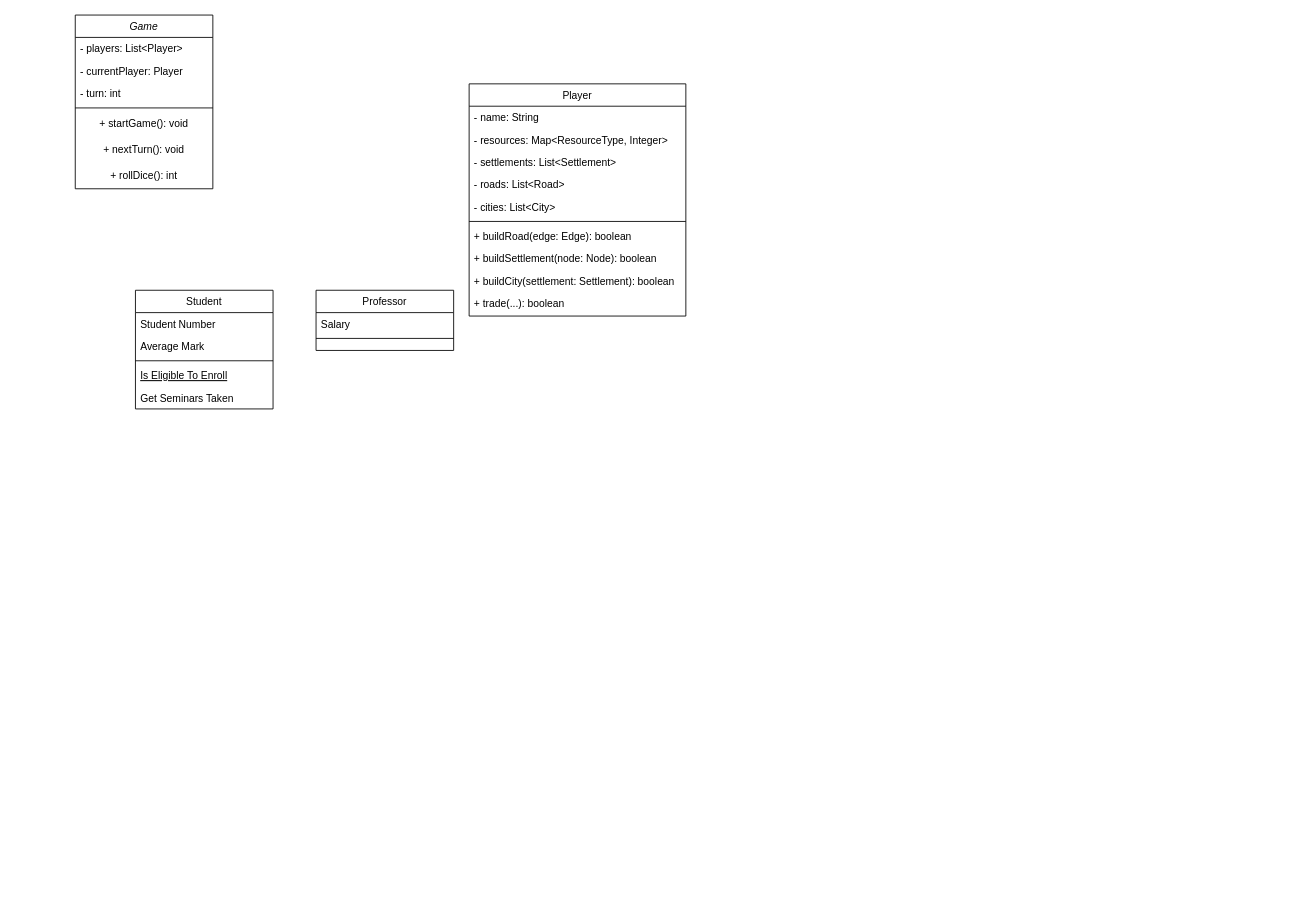
This is Cantan_Class_Diagramm.drawio from Eclipse-de/Java_project, a draw.io file, before an edit. Source tidied: cells renumbered, new cells numbered last; positions are measured from the earlier drawing's top-left corner, leaving out a move shared by most shapes. Both pictures are drawn from the tidied source at 86%, with x=0, y=0 at pixel (75, 15).
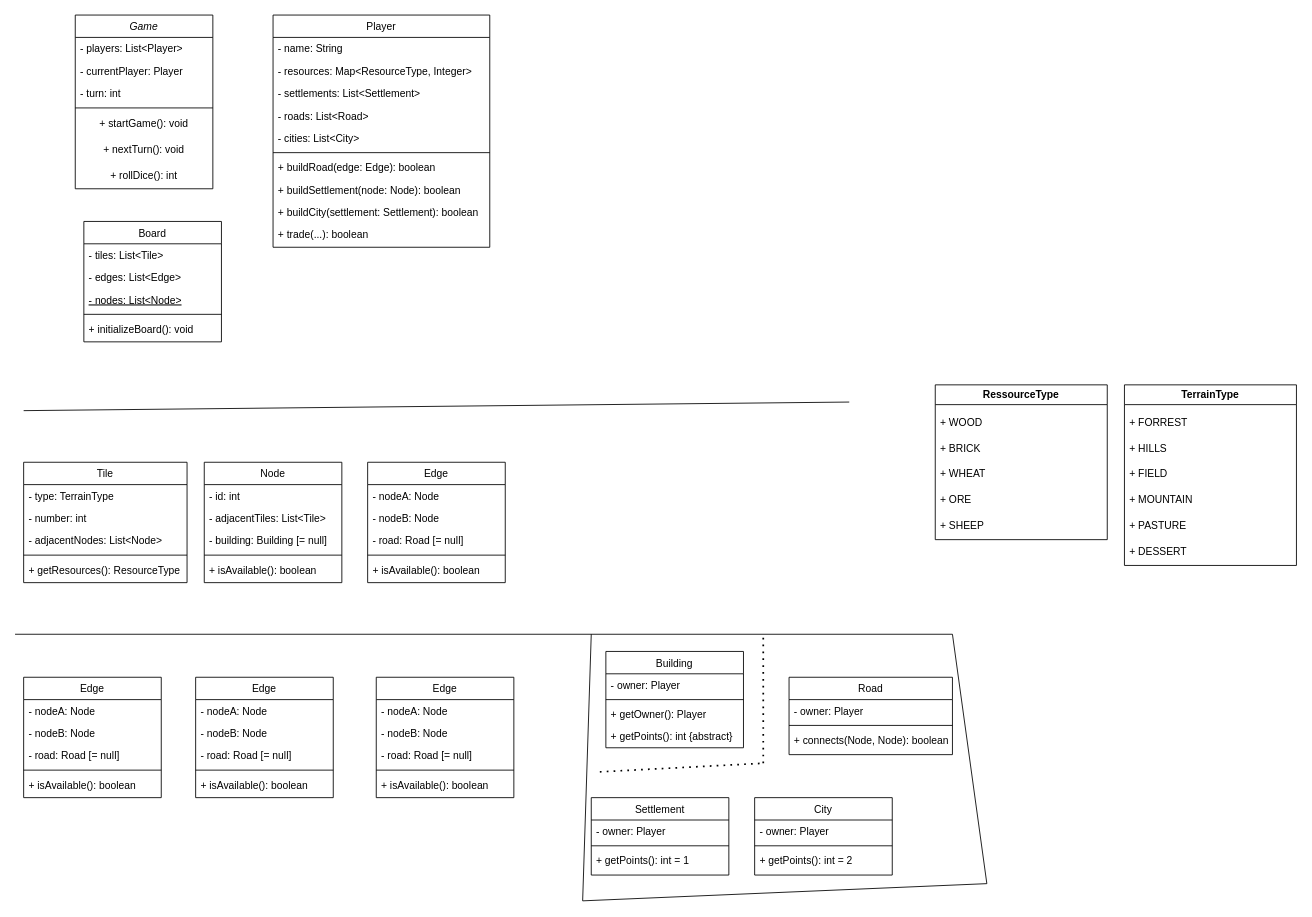
Above is the later version.

The edit, as a diff of the source:
```diff
@@
-    <mxCell id="10" value="Student" style="swimlane;fontStyle=0;align=center;verticalAlign=top;horizontal=1;startSize=26;rounded=0;shadow=0;strokeWidth=1;" parent="1" vertex="1">
-      <mxGeometry x="70" y="320" width="160" height="138" as="geometry" />
+    <mxCell id="10" value="Board" style="swimlane;fontStyle=0;align=center;verticalAlign=top;horizontal=1;startSize=26;rounded=0;shadow=0;strokeWidth=1;" parent="1" vertex="1">
+      <mxGeometry x="10" y="240" width="160" height="140" as="geometry" />
     </mxCell>
-    <mxCell id="11" value="Student Number" style="text;align=left;verticalAlign=top;spacingLeft=4;spacingRight=4;overflow=hidden;" parent="10" vertex="1">
+    <mxCell id="11" value="- tiles: List&lt;Tile&gt;" style="text;align=left;verticalAlign=top;spacingLeft=4;spacingRight=4;overflow=hidden;" parent="10" vertex="1">
       <mxGeometry y="26" width="160" height="26" as="geometry" />
     </mxCell>
-    <mxCell id="12" value="Average Mark" style="text;align=left;verticalAlign=top;spacingLeft=4;spacingRight=4;overflow=hidden;rounded=0;shadow=0;html=0;" parent="10" vertex="1">
+    <mxCell id="12" value="- edges: List&lt;Edge&gt;" style="text;align=left;verticalAlign=top;spacingLeft=4;spacingRight=4;overflow=hidden;rounded=0;shadow=0;html=0;" parent="10" vertex="1">
       <mxGeometry y="52" width="160" height="26" as="geometry" />
     </mxCell>
+    <mxCell id="14" value="- nodes: List&lt;Node&gt;" style="text;align=left;verticalAlign=top;spacingLeft=4;spacingRight=4;overflow=hidden;fontStyle=4;" parent="10" vertex="1">
+      <mxGeometry y="78" width="160" height="26" as="geometry" />
+    </mxCell>
     <mxCell id="13" style="line;html=1;strokeWidth=1;align=left;verticalAlign=middle;spacingTop=-1;spacingLeft=3;spacingRight=3;labelPosition=right;" parent="10" vertex="1">
-      <mxGeometry y="78" width="160" height="8" as="geometry" />
+      <mxGeometry y="104" width="160" height="8" as="geometry" />
     </mxCell>
-    <mxCell id="14" value="Is Eligible To Enroll" style="text;align=left;verticalAlign=top;spacingLeft=4;spacingRight=4;overflow=hidden;fontStyle=4;" parent="10" vertex="1">
-      <mxGeometry y="86" width="160" height="26" as="geometry" />
-    </mxCell>
-    <mxCell id="15" value="Get Seminars Taken" style="text;align=left;verticalAlign=top;spacingLeft=4;spacingRight=4;overflow=hidden;" parent="10" vertex="1">
+    <mxCell id="15" value="+ initializeBoard(): void" style="text;align=left;verticalAlign=top;spacingLeft=4;spacingRight=4;overflow=hidden;" parent="10" vertex="1">
       <mxGeometry y="112" width="160" height="26" as="geometry" />
     </mxCell>
-    <mxCell id="16" value="Professor" style="swimlane;fontStyle=0;align=center;verticalAlign=top;horizontal=1;startSize=26;rounded=0;shadow=0;strokeWidth=1;" parent="1" vertex="1">
-      <mxGeometry x="280" y="320" width="160" height="70" as="geometry" />
+    <mxCell id="16" value="Tile" style="swimlane;fontStyle=0;align=center;verticalAlign=top;horizontal=1;startSize=26;rounded=0;shadow=0;strokeWidth=1;" parent="1" vertex="1">
+      <mxGeometry x="-60" y="520" width="190" height="140" as="geometry" />
     </mxCell>
-    <mxCell id="17" value="Salary" style="text;align=left;verticalAlign=top;spacingLeft=4;spacingRight=4;overflow=hidden;" parent="16" vertex="1">
-      <mxGeometry y="26" width="160" height="26" as="geometry" />
+    <mxCell id="17" value="- type: TerrainType" style="text;align=left;verticalAlign=top;spacingLeft=4;spacingRight=4;overflow=hidden;" parent="16" vertex="1">
+      <mxGeometry y="26" width="190" height="26" as="geometry" />
     </mxCell>
+    <mxCell id="30" value="- number: int" style="text;align=left;verticalAlign=top;spacingLeft=4;spacingRight=4;overflow=hidden;" parent="16" vertex="1">
+      <mxGeometry y="52" width="190" height="26" as="geometry" />
+    </mxCell>
+    <mxCell id="31" value="- adjacentNodes: List&lt;Node&gt;" style="text;align=left;verticalAlign=top;spacingLeft=4;spacingRight=4;overflow=hidden;" parent="16" vertex="1">
+      <mxGeometry y="78" width="190" height="26" as="geometry" />
+    </mxCell>
     <mxCell id="18" style="line;html=1;strokeWidth=1;align=left;verticalAlign=middle;spacingTop=-1;spacingLeft=3;spacingRight=3;labelPosition=right;" parent="16" vertex="1">
-      <mxGeometry y="52" width="160" height="8" as="geometry" />
+      <mxGeometry y="104" width="190" height="8" as="geometry" />
     </mxCell>
+    <mxCell id="32" value="+ getResources(): ResourceType" style="text;align=left;verticalAlign=top;spacingLeft=4;spacingRight=4;overflow=hidden;" parent="16" vertex="1">
+      <mxGeometry y="112" width="190" height="26" as="geometry" />
+    </mxCell>
     <mxCell id="19" value="Player" style="swimlane;fontStyle=0;align=center;verticalAlign=top;horizontal=1;startSize=26;rounded=0;shadow=0;strokeWidth=1;" parent="1" vertex="1">
-      <mxGeometry x="458" y="80" width="252" height="270" as="geometry" />
+      <mxGeometry x="230" width="252" height="270" as="geometry" />
     </mxCell>
@@
+    <mxCell id="33" style="endArrow=none;html=1;rounded=0;" parent="1" edge="1">
+      <mxGeometry relative="1" as="geometry">
+        <mxPoint x="-60" y="460" as="sourcePoint" />
+        <mxPoint x="900" y="450" as="targetPoint" />
+      </mxGeometry>
+    </mxCell>
+    <mxCell id="34" value="Edge" style="swimlane;fontStyle=0;align=center;verticalAlign=top;horizontal=1;startSize=26;rounded=0;shadow=0;strokeWidth=1;" parent="1" vertex="1">
+      <mxGeometry x="340" y="520" width="160" height="140" as="geometry" />
+    </mxCell>
+    <mxCell id="35" value="- nodeA: Node" style="text;align=left;verticalAlign=top;spacingLeft=4;spacingRight=4;overflow=hidden;" parent="34" vertex="1">
+      <mxGeometry y="26" width="160" height="26" as="geometry" />
+    </mxCell>
+    <mxCell id="36" value="- nodeB: Node" style="text;align=left;verticalAlign=top;spacingLeft=4;spacingRight=4;overflow=hidden;" parent="34" vertex="1">
+      <mxGeometry y="52" width="160" height="26" as="geometry" />
+    </mxCell>
+    <mxCell id="37" value="- road: Road [= null]" style="text;align=left;verticalAlign=top;spacingLeft=4;spacingRight=4;overflow=hidden;" parent="34" vertex="1">
+      <mxGeometry y="78" width="160" height="26" as="geometry" />
+    </mxCell>
+    <mxCell id="38" style="line;html=1;strokeWidth=1;align=left;verticalAlign=middle;spacingTop=-1;spacingLeft=3;spacingRight=3;labelPosition=right;" parent="34" vertex="1">
+      <mxGeometry y="104" width="160" height="8" as="geometry" />
+    </mxCell>
+    <mxCell id="39" value="+ isAvailable(): boolean" style="text;align=left;verticalAlign=top;spacingLeft=4;spacingRight=4;overflow=hidden;" parent="34" vertex="1">
+      <mxGeometry y="112" width="160" height="26" as="geometry" />
+    </mxCell>
+    <mxCell id="40" value="Node" style="swimlane;fontStyle=0;align=center;verticalAlign=top;horizontal=1;startSize=26;rounded=0;shadow=0;strokeWidth=1;" parent="1" vertex="1">
+      <mxGeometry x="150" y="520" width="160" height="140" as="geometry" />
+    </mxCell>
+    <mxCell id="41" value="- id: int" style="text;align=left;verticalAlign=top;spacingLeft=4;spacingRight=4;overflow=hidden;" parent="40" vertex="1">
+      <mxGeometry y="26" width="160" height="26" as="geometry" />
+    </mxCell>
+    <mxCell id="42" value="- adjacentTiles: List&lt;Tile&gt;" style="text;align=left;verticalAlign=top;spacingLeft=4;spacingRight=4;overflow=hidden;" parent="40" vertex="1">
+      <mxGeometry y="52" width="160" height="26" as="geometry" />
+    </mxCell>
+    <mxCell id="43" value="- building: Building [= null]" style="text;align=left;verticalAlign=top;spacingLeft=4;spacingRight=4;overflow=hidden;" parent="40" vertex="1">
+      <mxGeometry y="78" width="160" height="26" as="geometry" />
+    </mxCell>
+    <mxCell id="44" style="line;html=1;strokeWidth=1;align=left;verticalAlign=middle;spacingTop=-1;spacingLeft=3;spacingRight=3;labelPosition=right;" parent="40" vertex="1">
+      <mxGeometry y="104" width="160" height="8" as="geometry" />
+    </mxCell>
+    <mxCell id="45" value="+ isAvailable(): boolean" style="text;align=left;verticalAlign=top;spacingLeft=4;spacingRight=4;overflow=hidden;" parent="40" vertex="1">
+      <mxGeometry y="112" width="160" height="26" as="geometry" />
+    </mxCell>
+    <mxCell id="46" style="endArrow=none;html=1;rounded=0;" parent="1" edge="1">
+      <mxGeometry relative="1" as="geometry">
+        <mxPoint x="-70" y="720" as="sourcePoint" />
+        <mxPoint x="1020" y="720" as="targetPoint" />
+      </mxGeometry>
+    </mxCell>
+    <mxCell id="47" value="Edge" style="swimlane;fontStyle=0;align=center;verticalAlign=top;horizontal=1;startSize=26;rounded=0;shadow=0;strokeWidth=1;" parent="1" vertex="1">
+      <mxGeometry x="350" y="770" width="160" height="140" as="geometry" />
+    </mxCell>
+    <mxCell id="48" value="- nodeA: Node" style="text;align=left;verticalAlign=top;spacingLeft=4;spacingRight=4;overflow=hidden;" parent="47" vertex="1">
+      <mxGeometry y="26" width="160" height="26" as="geometry" />
+    </mxCell>
+    <mxCell id="49" value="- nodeB: Node" style="text;align=left;verticalAlign=top;spacingLeft=4;spacingRight=4;overflow=hidden;" parent="47" vertex="1">
+      <mxGeometry y="52" width="160" height="26" as="geometry" />
+    </mxCell>
+    <mxCell id="50" value="- road: Road [= null]" style="text;align=left;verticalAlign=top;spacingLeft=4;spacingRight=4;overflow=hidden;" parent="47" vertex="1">
+      <mxGeometry y="78" width="160" height="26" as="geometry" />
+    </mxCell>
+    <mxCell id="51" style="line;html=1;strokeWidth=1;align=left;verticalAlign=middle;spacingTop=-1;spacingLeft=3;spacingRight=3;labelPosition=right;" parent="47" vertex="1">
+      <mxGeometry y="104" width="160" height="8" as="geometry" />
+    </mxCell>
+    <mxCell id="52" value="+ isAvailable(): boolean" style="text;align=left;verticalAlign=top;spacingLeft=4;spacingRight=4;overflow=hidden;" parent="47" vertex="1">
+      <mxGeometry y="112" width="160" height="26" as="geometry" />
+    </mxCell>
+    <mxCell id="53" value="Edge" style="swimlane;fontStyle=0;align=center;verticalAlign=top;horizontal=1;startSize=26;rounded=0;shadow=0;strokeWidth=1;" parent="1" vertex="1">
+      <mxGeometry x="140" y="770" width="160" height="140" as="geometry" />
+    </mxCell>
+    <mxCell id="54" value="- nodeA: Node" style="text;align=left;verticalAlign=top;spacingLeft=4;spacingRight=4;overflow=hidden;" parent="53" vertex="1">
+      <mxGeometry y="26" width="160" height="26" as="geometry" />
+    </mxCell>
+    <mxCell id="55" value="- nodeB: Node" style="text;align=left;verticalAlign=top;spacingLeft=4;spacingRight=4;overflow=hidden;" parent="53" vertex="1">
+      <mxGeometry y="52" width="160" height="26" as="geometry" />
+    </mxCell>
+    <mxCell id="56" value="- road: Road [= null]" style="text;align=left;verticalAlign=top;spacingLeft=4;spacingRight=4;overflow=hidden;" parent="53" vertex="1">
+      <mxGeometry y="78" width="160" height="26" as="geometry" />
+    </mxCell>
+    <mxCell id="57" style="line;html=1;strokeWidth=1;align=left;verticalAlign=middle;spacingTop=-1;spacingLeft=3;spacingRight=3;labelPosition=right;" parent="53" vertex="1">
+      <mxGeometry y="104" width="160" height="8" as="geometry" />
+    </mxCell>
+    <mxCell id="58" value="+ isAvailable(): boolean" style="text;align=left;verticalAlign=top;spacingLeft=4;spacingRight=4;overflow=hidden;" parent="53" vertex="1">
+      <mxGeometry y="112" width="160" height="26" as="geometry" />
+    </mxCell>
+    <mxCell id="59" value="Edge" style="swimlane;fontStyle=0;align=center;verticalAlign=top;horizontal=1;startSize=26;rounded=0;shadow=0;strokeWidth=1;" parent="1" vertex="1">
+      <mxGeometry x="-60" y="770" width="160" height="140" as="geometry" />
+    </mxCell>
+    <mxCell id="60" value="- nodeA: Node" style="text;align=left;verticalAlign=top;spacingLeft=4;spacingRight=4;overflow=hidden;" parent="59" vertex="1">
+      <mxGeometry y="26" width="160" height="26" as="geometry" />
+    </mxCell>
+    <mxCell id="61" value="- nodeB: Node" style="text;align=left;verticalAlign=top;spacingLeft=4;spacingRight=4;overflow=hidden;" parent="59" vertex="1">
+      <mxGeometry y="52" width="160" height="26" as="geometry" />
+    </mxCell>
+    <mxCell id="62" value="- road: Road [= null]" style="text;align=left;verticalAlign=top;spacingLeft=4;spacingRight=4;overflow=hidden;" parent="59" vertex="1">
+      <mxGeometry y="78" width="160" height="26" as="geometry" />
+    </mxCell>
+    <mxCell id="63" style="line;html=1;strokeWidth=1;align=left;verticalAlign=middle;spacingTop=-1;spacingLeft=3;spacingRight=3;labelPosition=right;" parent="59" vertex="1">
+      <mxGeometry y="104" width="160" height="8" as="geometry" />
+    </mxCell>
+    <mxCell id="64" value="+ isAvailable(): boolean" style="text;align=left;verticalAlign=top;spacingLeft=4;spacingRight=4;overflow=hidden;" parent="59" vertex="1">
+      <mxGeometry y="112" width="160" height="26" as="geometry" />
+    </mxCell>
+    <mxCell id="65" style="endArrow=none;html=1;rounded=0;" parent="1" edge="1">
+      <mxGeometry relative="1" as="geometry">
+        <mxPoint x="590" y="1030" as="sourcePoint" />
+        <mxPoint x="600" y="720" as="targetPoint" />
+      </mxGeometry>
+    </mxCell>
+    <mxCell id="66" value="Building" style="swimlane;fontStyle=0;align=center;verticalAlign=top;horizontal=1;startSize=26;rounded=0;shadow=0;strokeWidth=1;" parent="1" vertex="1">
+      <mxGeometry x="617" y="740" width="160" height="112" as="geometry" />
+    </mxCell>
+    <mxCell id="67" value="- owner: Player" style="text;align=left;verticalAlign=top;spacingLeft=4;spacingRight=4;overflow=hidden;" parent="66" vertex="1">
+      <mxGeometry y="26" width="160" height="26" as="geometry" />
+    </mxCell>
+    <mxCell id="68" style="line;html=1;strokeWidth=1;align=left;verticalAlign=middle;spacingTop=-1;spacingLeft=3;spacingRight=3;labelPosition=right;" parent="66" vertex="1">
+      <mxGeometry y="52" width="160" height="8" as="geometry" />
+    </mxCell>
+    <mxCell id="69" value="+ getOwner(): Player" style="text;align=left;verticalAlign=top;spacingLeft=4;spacingRight=4;overflow=hidden;" parent="66" vertex="1">
+      <mxGeometry y="60" width="160" height="26" as="geometry" />
+    </mxCell>
+    <mxCell id="70" value="+ getPoints(): int {abstract}" style="text;align=left;verticalAlign=top;spacingLeft=4;spacingRight=4;overflow=hidden;" parent="66" vertex="1">
+      <mxGeometry y="86" width="160" height="26" as="geometry" />
+    </mxCell>
+    <mxCell id="71" value="Settlement" style="swimlane;fontStyle=0;align=center;verticalAlign=top;horizontal=1;startSize=26;rounded=0;shadow=0;strokeWidth=1;" parent="1" vertex="1">
+      <mxGeometry x="600" y="910" width="160" height="90" as="geometry" />
+    </mxCell>
+    <mxCell id="72" value="- owner: Player" style="text;align=left;verticalAlign=top;spacingLeft=4;spacingRight=4;overflow=hidden;" parent="71" vertex="1">
+      <mxGeometry y="26" width="160" height="26" as="geometry" />
+    </mxCell>
+    <mxCell id="73" style="line;html=1;strokeWidth=1;align=left;verticalAlign=middle;spacingTop=-1;spacingLeft=3;spacingRight=3;labelPosition=right;" parent="71" vertex="1">
+      <mxGeometry y="52" width="160" height="8" as="geometry" />
+    </mxCell>
+    <mxCell id="74" value="+ getPoints(): int = 1" style="text;align=left;verticalAlign=top;spacingLeft=4;spacingRight=4;overflow=hidden;" parent="71" vertex="1">
+      <mxGeometry y="60" width="160" height="26" as="geometry" />
+    </mxCell>
+    <mxCell id="75" style="endArrow=none;html=1;rounded=0;" parent="1" edge="1">
+      <mxGeometry relative="1" as="geometry">
+        <mxPoint x="1060" y="1010" as="sourcePoint" />
+        <mxPoint x="1020" y="720" as="targetPoint" />
+      </mxGeometry>
+    </mxCell>
+    <mxCell id="76" value="City" style="swimlane;fontStyle=0;align=center;verticalAlign=top;horizontal=1;startSize=26;rounded=0;shadow=0;strokeWidth=1;" parent="1" vertex="1">
+      <mxGeometry x="790" y="910" width="160" height="90" as="geometry" />
+    </mxCell>
+    <mxCell id="77" value="- owner: Player" style="text;align=left;verticalAlign=top;spacingLeft=4;spacingRight=4;overflow=hidden;" parent="76" vertex="1">
+      <mxGeometry y="26" width="160" height="26" as="geometry" />
+    </mxCell>
+    <mxCell id="78" style="line;html=1;strokeWidth=1;align=left;verticalAlign=middle;spacingTop=-1;spacingLeft=3;spacingRight=3;labelPosition=right;" parent="76" vertex="1">
+      <mxGeometry y="52" width="160" height="8" as="geometry" />
+    </mxCell>
+    <mxCell id="79" value="+ getPoints(): int = 2" style="text;align=left;verticalAlign=top;spacingLeft=4;spacingRight=4;overflow=hidden;" parent="76" vertex="1">
+      <mxGeometry y="60" width="160" height="26" as="geometry" />
+    </mxCell>
+    <mxCell id="80" style="endArrow=none;html=1;rounded=0;" parent="1" edge="1">
+      <mxGeometry relative="1" as="geometry">
+        <mxPoint x="590" y="1030" as="sourcePoint" />
+        <mxPoint x="1060" y="1010" as="targetPoint" />
+      </mxGeometry>
+    </mxCell>
+    <mxCell id="81" style="endArrow=none;dashed=1;html=1;dashPattern=1 3;strokeWidth=2;rounded=0;" parent="1" edge="1">
+      <mxGeometry relative="1" as="geometry">
+        <mxPoint x="800" y="870" as="sourcePoint" />
+        <mxPoint x="800" y="720" as="targetPoint" />
+      </mxGeometry>
+    </mxCell>
+    <mxCell id="82" style="endArrow=none;dashed=1;html=1;dashPattern=1 3;strokeWidth=2;rounded=0;" parent="1" edge="1">
+      <mxGeometry relative="1" as="geometry">
+        <mxPoint x="610" y="880" as="sourcePoint" />
+        <mxPoint x="800" y="870" as="targetPoint" />
+      </mxGeometry>
+    </mxCell>
+    <mxCell id="83" value="Road" style="swimlane;fontStyle=0;align=center;verticalAlign=top;horizontal=1;startSize=26;rounded=0;shadow=0;strokeWidth=1;" parent="1" vertex="1">
+      <mxGeometry x="830" y="770" width="190" height="90" as="geometry" />
+    </mxCell>
+    <mxCell id="84" value="- owner: Player" style="text;align=left;verticalAlign=top;spacingLeft=4;spacingRight=4;overflow=hidden;" parent="83" vertex="1">
+      <mxGeometry y="26" width="190" height="26" as="geometry" />
+    </mxCell>
+    <mxCell id="85" style="line;html=1;strokeWidth=1;align=left;verticalAlign=middle;spacingTop=-1;spacingLeft=3;spacingRight=3;labelPosition=right;" parent="83" vertex="1">
+      <mxGeometry y="52" width="190" height="8" as="geometry" />
+    </mxCell>
+    <mxCell id="86" value="+ connects(Node, Node): boolean" style="text;align=left;verticalAlign=top;spacingLeft=4;spacingRight=4;overflow=hidden;" parent="83" vertex="1">
+      <mxGeometry y="60" width="190" height="26" as="geometry" />
+    </mxCell>
+    <mxCell id="87" value="RessourceType" style="swimlane;whiteSpace=wrap;html=1;" parent="1" vertex="1">
+      <mxGeometry x="1000" y="430" width="200" height="180" as="geometry" />
+    </mxCell>
+    <mxCell id="88" value="+ WOOD" style="text;align=left;verticalAlign=top;spacingLeft=4;spacingRight=4;overflow=hidden;" parent="87" vertex="1">
+      <mxGeometry y="30" width="200" height="30" as="geometry" />
+    </mxCell>
+    <mxCell id="89" value="+ BRICK" style="text;align=left;verticalAlign=top;spacingLeft=4;spacingRight=4;overflow=hidden;" parent="87" vertex="1">
+      <mxGeometry y="60" width="200" height="30" as="geometry" />
+    </mxCell>
+    <mxCell id="90" value="+ WHEAT" style="text;align=left;verticalAlign=top;spacingLeft=4;spacingRight=4;overflow=hidden;" parent="87" vertex="1">
+      <mxGeometry y="90" width="200" height="30" as="geometry" />
+    </mxCell>
+    <mxCell id="91" value="+ ORE" style="text;align=left;verticalAlign=top;spacingLeft=4;spacingRight=4;overflow=hidden;" parent="87" vertex="1">
+      <mxGeometry y="120" width="200" height="30" as="geometry" />
+    </mxCell>
+    <mxCell id="92" value="+ SHEEP" style="text;align=left;verticalAlign=top;spacingLeft=4;spacingRight=4;overflow=hidden;" parent="87" vertex="1">
+      <mxGeometry y="150" width="200" height="30" as="geometry" />
+    </mxCell>
+    <mxCell id="93" value="&lt;div&gt;TerrainType&lt;/div&gt;" style="swimlane;whiteSpace=wrap;html=1;" parent="1" vertex="1">
+      <mxGeometry x="1220" y="430" width="200" height="210" as="geometry" />
+    </mxCell>
+    <mxCell id="94" value="+ FORREST" style="text;align=left;verticalAlign=top;spacingLeft=4;spacingRight=4;overflow=hidden;" parent="93" vertex="1">
+      <mxGeometry y="30" width="200" height="30" as="geometry" />
+    </mxCell>
+    <mxCell id="95" value="+ HILLS" style="text;align=left;verticalAlign=top;spacingLeft=4;spacingRight=4;overflow=hidden;" parent="93" vertex="1">
+      <mxGeometry y="60" width="200" height="30" as="geometry" />
+    </mxCell>
+    <mxCell id="96" value="+ FIELD" style="text;align=left;verticalAlign=top;spacingLeft=4;spacingRight=4;overflow=hidden;" parent="93" vertex="1">
+      <mxGeometry y="90" width="200" height="30" as="geometry" />
+    </mxCell>
+    <mxCell id="97" value="+ MOUNTAIN" style="text;align=left;verticalAlign=top;spacingLeft=4;spacingRight=4;overflow=hidden;" parent="93" vertex="1">
+      <mxGeometry y="120" width="200" height="30" as="geometry" />
+    </mxCell>
+    <mxCell id="98" value="+ PASTURE" style="text;align=left;verticalAlign=top;spacingLeft=4;spacingRight=4;overflow=hidden;" parent="93" vertex="1">
+      <mxGeometry y="150" width="200" height="30" as="geometry" />
+    </mxCell>
+    <mxCell id="99" value="+ DESSERT" style="text;align=left;verticalAlign=top;spacingLeft=4;spacingRight=4;overflow=hidden;" parent="93" vertex="1">
+      <mxGeometry y="180" width="200" height="30" as="geometry" />
+    </mxCell>
```
